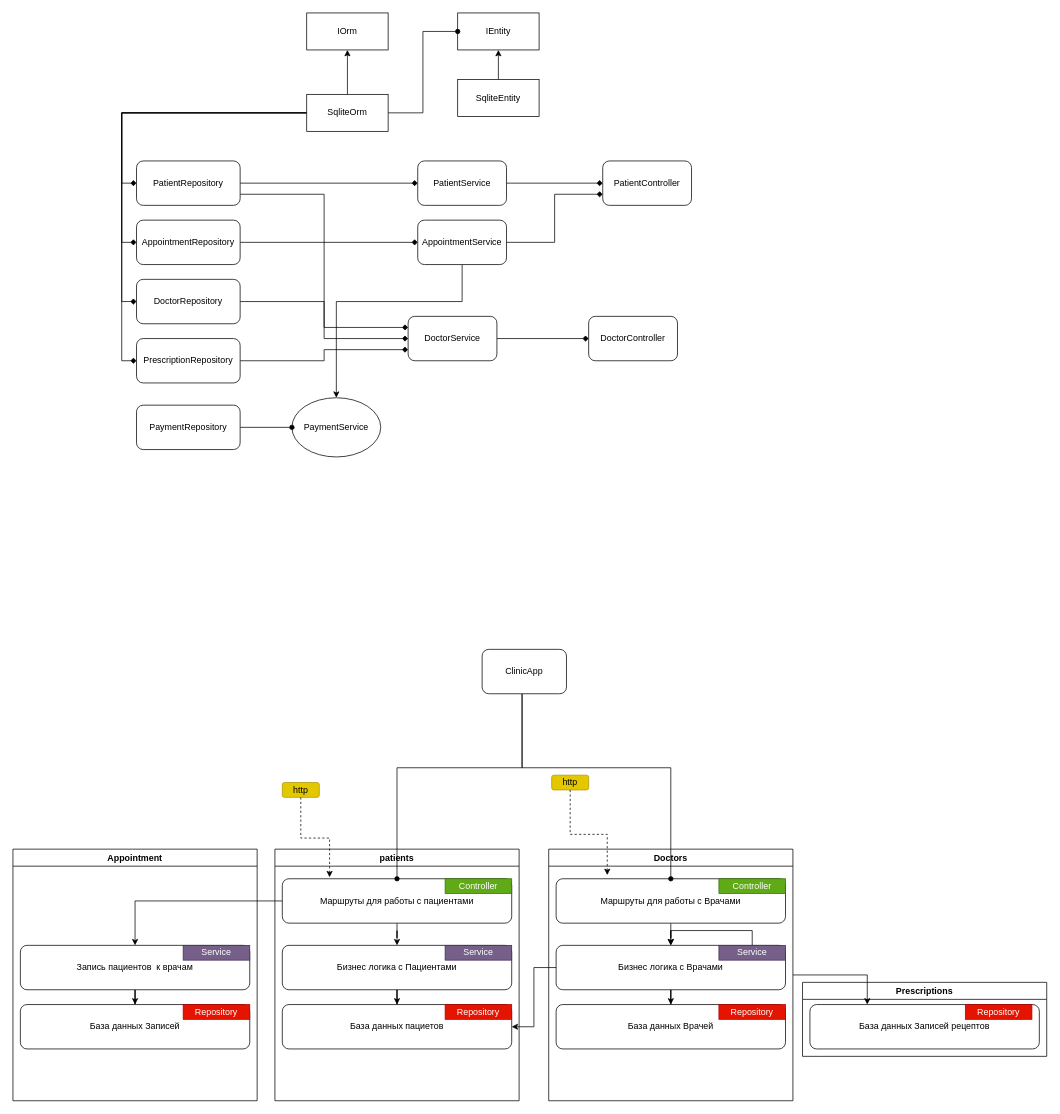
The draw.io diagram WeeklyClinic.drawio in Pixelzzz99/WeeklyClinic, before the edit. Source tidied: cells renumbered, new cells numbered last; positions are measured from the earlier drawing's top-left corner, leaving out a move shared by most shapes. Both pictures are drawn from the tidied source at 74%, with x=0, y=0 at pixel (13, 13).
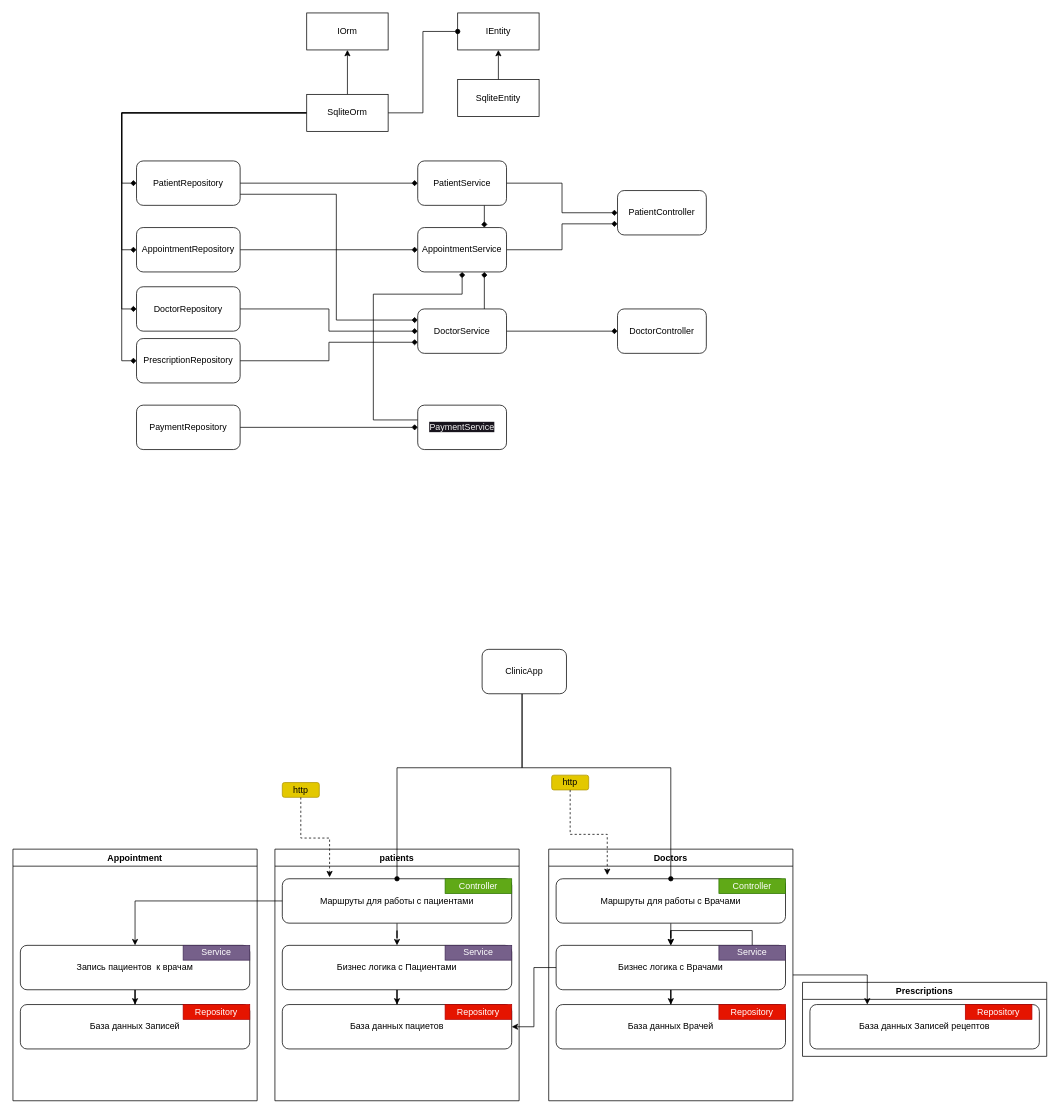
The same diagram, later.

The change refers to these unchanged cells:
```xml
<mxCell id="51" value="PatientRepository" style="rounded=1;whiteSpace=wrap;html=1;" parent="1" vertex="1">
  <mxGeometry x="167" y="200" width="140" height="60" as="geometry" />
</mxCell>
<mxCell id="57" value="PatientService" style="rounded=1;whiteSpace=wrap;html=1;" parent="1" vertex="1">
  <mxGeometry x="547" y="200" width="120" height="60" as="geometry" />
</mxCell>
<mxCell id="71" value="PaymentRepository" style="rounded=1;whiteSpace=wrap;html=1;" parent="1" vertex="1">
  <mxGeometry x="167" y="530" width="140" height="60" as="geometry" />
</mxCell>
```

Diff of the diagram source:
```diff
@@
     <mxCell id="50" style="edgeStyle=orthogonalEdgeStyle;rounded=0;jettySize=auto;html=1;exitX=1;exitY=0.75;exitDx=0;exitDy=0;entryX=0;entryY=0.25;entryDx=0;entryDy=0;endArrow=diamond;endFill=1;" parent="1" edge="1" source="51" target="59">
-      <mxGeometry relative="1" as="geometry" />
+      <mxGeometry relative="1" as="geometry">
+        <Array as="points">
+          <mxPoint x="437" y="245" />
+          <mxPoint x="437" y="415" />
+        </Array>
+      </mxGeometry>
     </mxCell>
@@
     <mxCell id="53" value="DoctorRepository" style="rounded=1;whiteSpace=wrap;html=1;" parent="1" vertex="1">
-      <mxGeometry x="167" y="360" width="140" height="60" as="geometry" />
+      <mxGeometry x="167" y="370" width="140" height="60" as="geometry" />
     </mxCell>
-    <mxCell id="54" style="edgeStyle=orthogonalEdgeStyle;rounded=0;jettySize=auto;html=1;entryX=0;entryY=0.5;entryDx=0;entryDy=0;endArrow=diamond;endFill=1;" parent="1" edge="1" source="55" target="62">
+    <mxCell id="54" style="edgeStyle=orthogonalEdgeStyle;rounded=0;html=1;entryX=0;entryY=0.5;entryDx=0;entryDy=0;endArrow=diamond;endFill=1;" parent="1" edge="1" source="55" target="62">
       <mxGeometry relative="1" as="geometry" />
     </mxCell>
     <mxCell id="55" value="AppointmentRepository" style="rounded=1;whiteSpace=wrap;html=1;" parent="1" vertex="1">
-      <mxGeometry x="167" y="280" width="140" height="60" as="geometry" />
+      <mxGeometry x="167" y="290" width="140" height="60" as="geometry" />
     </mxCell>
@@
+    <mxCell id="72" style="edgeStyle=orthogonalEdgeStyle;rounded=0;html=1;exitX=0.75;exitY=1;exitDx=0;exitDy=0;entryX=0.75;entryY=0;entryDx=0;entryDy=0;endArrow=diamond;endFill=1;" parent="1" edge="1" source="57" target="62">
+      <mxGeometry relative="1" as="geometry" />
+    </mxCell>
@@
+    <mxCell id="73" style="edgeStyle=orthogonalEdgeStyle;rounded=0;html=1;exitX=0.75;exitY=0;exitDx=0;exitDy=0;entryX=0.75;entryY=1;entryDx=0;entryDy=0;endArrow=diamond;endFill=1;" parent="1" edge="1" source="59" target="62">
+      <mxGeometry relative="1" as="geometry" />
+    </mxCell>
     <mxCell id="59" value="DoctorService" style="rounded=1;whiteSpace=wrap;html=1;" parent="1" vertex="1">
-      <mxGeometry x="534" y="410" width="120" height="60" as="geometry" />
+      <mxGeometry x="547" y="400" width="120" height="60" as="geometry" />
     </mxCell>
@@
-    <mxCell id="61" style="edgeStyle=none;html=1;entryX=0.5;entryY=0;entryDx=0;entryDy=0;endArrow=classic;endFill=1;rounded=0;" parent="1" edge="1" source="62" target="69">
-      <mxGeometry relative="1" as="geometry">
-        <Array as="points">
-          <mxPoint x="607" y="390" />
-          <mxPoint x="437" y="390" />
-        </Array>
-      </mxGeometry>
-    </mxCell>
     <mxCell id="62" value="AppointmentService" style="rounded=1;whiteSpace=wrap;html=1;" parent="1" vertex="1">
-      <mxGeometry x="547" y="280" width="120" height="60" as="geometry" />
+      <mxGeometry x="547" y="290" width="120" height="60" as="geometry" />
     </mxCell>
     <mxCell id="63" value="PatientController" style="rounded=1;whiteSpace=wrap;html=1;" parent="1" vertex="1">
-      <mxGeometry x="797" y="200" width="120" height="60" as="geometry" />
+      <mxGeometry x="817" y="240" width="120" height="60" as="geometry" />
     </mxCell>
     <mxCell id="64" value="DoctorController" style="rounded=1;whiteSpace=wrap;html=1;" parent="1" vertex="1">
-      <mxGeometry x="778" y="410" width="120" height="60" as="geometry" />
+      <mxGeometry x="817" y="400" width="120" height="60" as="geometry" />
     </mxCell>
@@
-    <mxCell id="69" value="PaymentService" style="ellipse;whiteSpace=wrap;html=1;" parent="1" vertex="1">
-      <mxGeometry x="377" y="520" width="120" height="80" as="geometry" />
-    </mxCell>
-    <mxCell id="70" style="edgeStyle=none;html=1;entryX=0;entryY=0.5;entryDx=0;entryDy=0;endArrow=oval;endFill=1;" parent="1" edge="1" source="71" target="69">
+    <mxCell id="70" style="edgeStyle=orthogonalEdgeStyle;rounded=0;html=1;entryX=0;entryY=0.5;entryDx=0;entryDy=0;endArrow=diamond;endFill=1;" parent="1" edge="1" source="71" target="69">
       <mxGeometry relative="1" as="geometry" />
     </mxCell>
@@
+    <mxCell id="74" style="edgeStyle=orthogonalEdgeStyle;rounded=0;html=1;entryX=0.5;entryY=1;entryDx=0;entryDy=0;endArrow=diamond;endFill=1;" parent="1" edge="1" source="69" target="62">
+      <mxGeometry relative="1" as="geometry">
+        <Array as="points">
+          <mxPoint x="487" y="550" />
+          <mxPoint x="487" y="380" />
+          <mxPoint x="607" y="380" />
+        </Array>
+      </mxGeometry>
+    </mxCell>
+    <mxCell id="69" value="&lt;span style=&quot;color: rgb(240, 240, 240); font-family: Helvetica; font-size: 12px; font-style: normal; font-variant-ligatures: normal; font-variant-caps: normal; font-weight: 400; letter-spacing: normal; orphans: 2; text-align: center; text-indent: 0px; text-transform: none; widows: 2; word-spacing: 0px; -webkit-text-stroke-width: 0px; background-color: rgb(24, 20, 29); text-decoration-thickness: initial; text-decoration-style: initial; text-decoration-color: initial; float: none; display: inline !important;&quot;&gt;PaymentService&lt;/span&gt;" style="rounded=1;whiteSpace=wrap;html=1;" parent="1" vertex="1">
+      <mxGeometry x="547" y="530" width="120" height="60" as="geometry" />
+    </mxCell>
```
